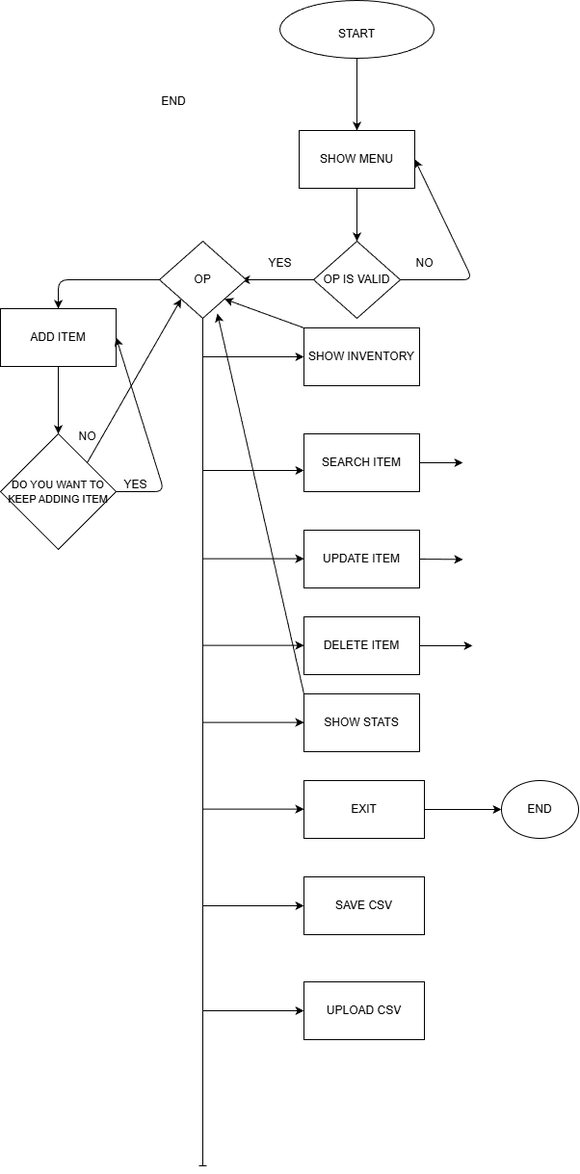
lLuyss123/User_Storys keeps this draw.io diagram as Diagrama.drawio.png. Above is the earlier version. Source tidied: cells renumbered, new cells last; positions are measured from the earlier drawing's top-left corner, leaving out a move shared by most shapes.
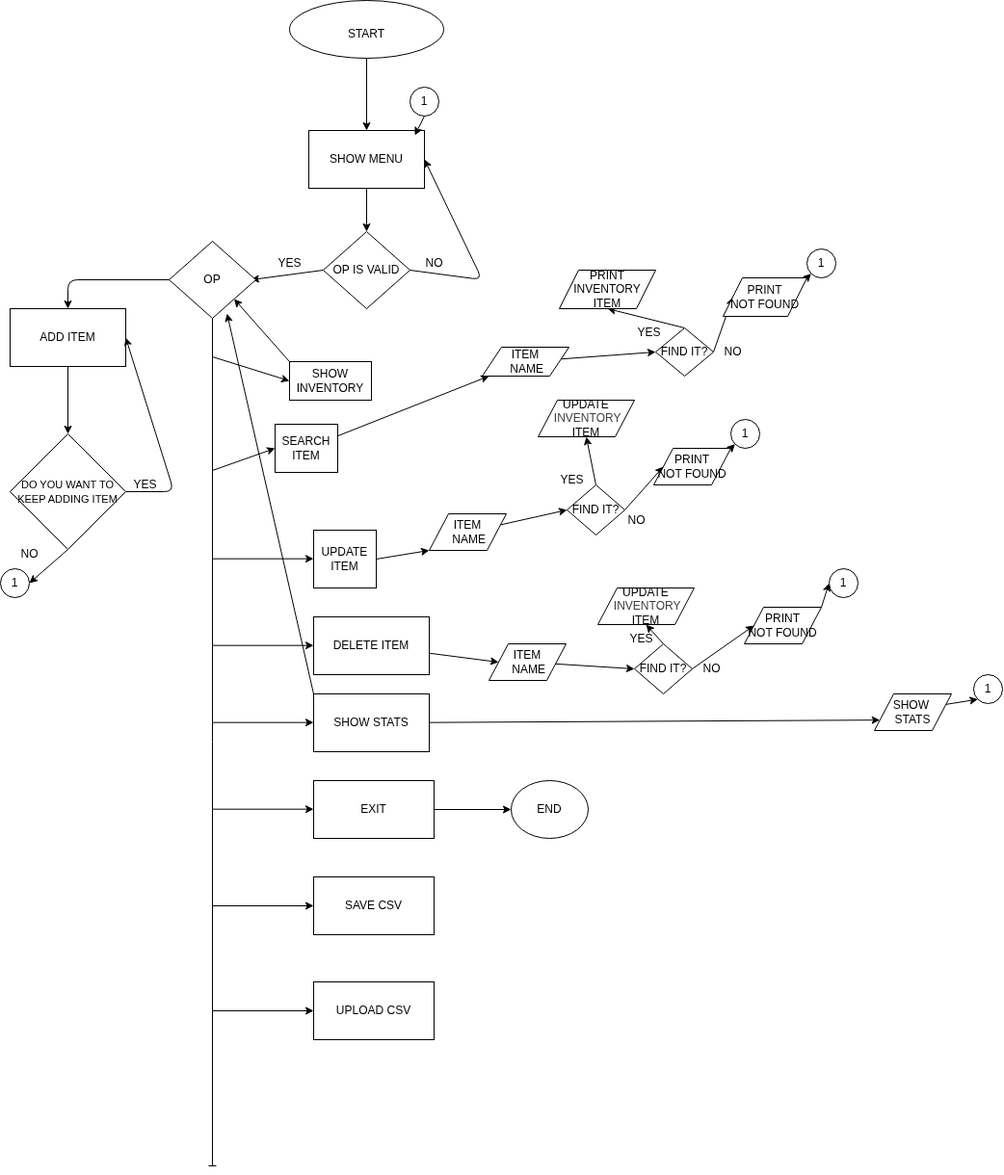
The same diagram one commit later.

Commit message:
cambios en diagrama

Change to the diagram source:
```diff
@@ -14,9 +14,6 @@
     <mxCell id="5" value="START" style="text;html=1;whiteSpace=wrap;strokeColor=none;fillColor=none;align=center;verticalAlign=middle;rounded=0;" parent="1" vertex="1">
       <mxGeometry x="340" y="20" width="60" height="30" as="geometry" />
     </mxCell>
-    <mxCell id="6" value="END" style="text;html=1;whiteSpace=wrap;strokeColor=none;fillColor=none;align=center;verticalAlign=middle;rounded=0;" parent="1" vertex="1">
-      <mxGeometry x="150" y="90" width="60" height="30" as="geometry" />
-    </mxCell>
     <mxCell id="7" style="edgeStyle=orthogonalEdgeStyle;rounded=0;jettySize=auto;html=1;entryX=0.5;entryY=0;entryDx=0;entryDy=0;" parent="1" edge="1" source="8" target="11">
       <mxGeometry relative="1" as="geometry" />
     </mxCell>
@@ -36,7 +33,7 @@
       </mxGeometry>
     </mxCell>
     <mxCell id="11" value="OP IS VALID" style="rhombus;whiteSpace=wrap;html=1;" parent="1" vertex="1">
-      <mxGeometry x="325" y="250" width="90" height="80" as="geometry" />
+      <mxGeometry x="325" y="240" width="90" height="80" as="geometry" />
     </mxCell>
     <mxCell id="12" value="NO" style="text;html=1;align=center;verticalAlign=middle;strokeColor=none;fillColor=none;" parent="1" vertex="1">
       <mxGeometry x="420" y="258" width="40" height="30" as="geometry" />
@@ -55,33 +52,27 @@
     <mxCell id="16" style="edgeStyle=none;html=1;exitX=0;exitY=0;exitDx=0;exitDy=0;entryX=1;entryY=1;entryDx=0;entryDy=0;" parent="1" edge="1" source="17" target="15">
       <mxGeometry relative="1" as="geometry" />
     </mxCell>
-    <mxCell id="17" value="SHOW INVENTORY" style="rounded=0;whiteSpace=wrap;html=1;" parent="1" vertex="1">
-      <mxGeometry x="315" y="340" width="120" height="60" as="geometry" />
-    </mxCell>
-    <mxCell id="18" style="edgeStyle=none;html=1;" parent="1" edge="1" source="19">
-      <mxGeometry relative="1" as="geometry">
-        <mxPoint x="480" y="480" as="targetPoint" />
-      </mxGeometry>
+    <mxCell id="18" style="edgeStyle=none;html=1;" parent="1" edge="1" source="19" target="49">
+      <mxGeometry relative="1" as="geometry" />
     </mxCell>
     <mxCell id="19" value="SEARCH ITEM" style="rounded=0;whiteSpace=wrap;html=1;" parent="1" vertex="1">
-      <mxGeometry x="315" y="450" width="120" height="60" as="geometry" />
+      <mxGeometry x="275" y="440" width="65" height="50" as="geometry" />
     </mxCell>
-    <mxCell id="20" style="edgeStyle=none;html=1;exitX=1;exitY=0.5;exitDx=0;exitDy=0;" parent="1" edge="1" source="21">
-      <mxGeometry relative="1" as="geometry">
-        <mxPoint x="480" y="580.4" as="targetPoint" />
-      </mxGeometry>
+    <mxCell id="20" style="edgeStyle=none;html=1;exitX=1;exitY=0.5;exitDx=0;exitDy=0;entryX=0;entryY=1;entryDx=0;entryDy=0;" parent="1" edge="1" source="21" target="59">
+      <mxGeometry relative="1" as="geometry" />
     </mxCell>
     <mxCell id="21" value="UPDATE ITEM" style="rounded=0;whiteSpace=wrap;html=1;" parent="1" vertex="1">
-      <mxGeometry x="315" y="550" width="120" height="60" as="geometry" />
+      <mxGeometry x="315" y="550" width="65" height="60" as="geometry" />
     </mxCell>
-    <mxCell id="22" style="edgeStyle=none;html=1;" parent="1" edge="1" source="23">
-      <mxGeometry relative="1" as="geometry">
-        <mxPoint x="490" y="670" as="targetPoint" />
-      </mxGeometry>
+    <mxCell id="22" style="edgeStyle=none;html=1;entryX=0;entryY=0.5;entryDx=0;entryDy=0;" parent="1" edge="1" source="23" target="69">
+      <mxGeometry relative="1" as="geometry" />
     </mxCell>
     <mxCell id="23" value="DELETE ITEM&lt;span style=&quot;font-family: monospace; font-size: 0px; text-align: start; text-wrap-mode: nowrap;&quot;&gt;%3CmxGraphModel%3E%3Croot%3E%3CmxCell%20id%3D%220%22%2F%3E%3CmxCell%20id%3D%221%22%20parent%3D%220%22%2F%3E%3CmxCell%20id%3D%222%22%20value%3D%22%22%20style%3D%22endArrow%3Dnone%3Bhtml%3D1%3BentryX%3D0%3BentryY%3D0.5%3BentryDx%3D0%3BentryDy%3D0%3B%22%20edge%3D%221%22%20target%3D%223%22%20parent%3D%221%22%3E%3CmxGeometry%20width%3D%2250%22%20height%3D%2250%22%20relative%3D%221%22%20as%3D%22geometry%22%3E%3CmxPoint%20x%3D%22230%22%20y%3D%22730%22%20as%3D%22sourcePoint%22%2F%3E%3CmxPoint%20x%3D%22340%22%20y%3D%22780%22%20as%3D%22targetPoint%22%2F%3E%3C%2FmxGeometry%3E%3C%2FmxCell%3E%3CmxCell%20id%3D%223%22%20value%3D%22UPDATE%20ITEM%22%20style%3D%22rounded%3D0%3BwhiteSpace%3Dwrap%3Bhtml%3D1%3B%22%20vertex%3D%221%22%20parent%3D%221%22%3E%3CmxGeometry%20x%3D%22345%22%20y%3D%22700%22%20width%3D%22120%22%20height%3D%2260%22%20as%3D%22geometry%22%2F%3E%3C%2FmxCell%3E%3C%2Froot%3E%3C%2FmxGraphModel%3E&lt;/span&gt;" style="rounded=0;whiteSpace=wrap;html=1;" parent="1" vertex="1">
       <mxGeometry x="315" y="640" width="120" height="60" as="geometry" />
     </mxCell>
+    <mxCell id="46" style="edgeStyle=none;html=1;entryX=0;entryY=0.75;entryDx=0;entryDy=0;" parent="1" edge="1" source="24" target="79">
+      <mxGeometry relative="1" as="geometry" />
+    </mxCell>
     <mxCell id="24" value="SHOW STATS" style="rounded=0;whiteSpace=wrap;html=1;" parent="1" vertex="1">
       <mxGeometry x="315" y="720" width="120" height="60" as="geometry" />
     </mxCell>
@@ -111,9 +102,9 @@
         </Array>
       </mxGeometry>
     </mxCell>
-    <mxCell id="31" style="edgeStyle=none;html=1;exitX=1;exitY=0;exitDx=0;exitDy=0;entryX=0;entryY=1;entryDx=0;entryDy=0;" parent="1" edge="1" source="32" target="15">
-      <mxGeometry relative="1" as="geometry" />
-    </mxCell>
+    <mxCell id="47" style="edgeStyle=none;html=1;exitX=0.5;exitY=1;exitDx=0;exitDy=0;entryX=1;entryY=0.5;entryDx=0;entryDy=0;" parent="1" edge="1" source="32" target="86">
+      <mxGeometry relative="1" as="geometry" />
+    </mxCell>
     <mxCell id="32" value="&lt;font style=&quot;font-size: 11px;&quot;&gt;DO YOU WANT TO KEEP ADDING ITEM&lt;/font&gt;" style="rhombus;whiteSpace=wrap;html=1;" parent="1" vertex="1">
       <mxGeometry y="450" width="120" height="120" as="geometry" />
     </mxCell>
@@ -121,17 +112,16 @@
       <mxGeometry x="115" y="488" width="50" height="30" as="geometry" />
     </mxCell>
     <mxCell id="34" value="NO" style="text;html=1;align=center;verticalAlign=middle;strokeColor=none;fillColor=none;" parent="1" vertex="1">
-      <mxGeometry x="70" y="438" width="40" height="30" as="geometry" />
+      <mxGeometry y="560" width="40" height="30" as="geometry" />
     </mxCell>
     <mxCell id="35" style="endArrow=classic;html=1;entryX=0;entryY=0.5;entryDx=0;entryDy=0;" parent="1" edge="1" target="17">
       <mxGeometry relative="1" as="geometry">
         <mxPoint x="210" y="370" as="sourcePoint" />
       </mxGeometry>
     </mxCell>
-    <mxCell id="36" style="endArrow=classic;html=1;entryX=0;entryY=0.5;entryDx=0;entryDy=0;" parent="1" edge="1">
+    <mxCell id="36" style="endArrow=classic;html=1;entryX=0;entryY=0.5;entryDx=0;entryDy=0;" parent="1" edge="1" target="19">
       <mxGeometry relative="1" as="geometry">
         <mxPoint x="210" y="488" as="sourcePoint" />
-        <mxPoint x="315" y="488" as="targetPoint" />
       </mxGeometry>
     </mxCell>
     <mxCell id="37" style="endArrow=classic;html=1;entryX=0;entryY=0.5;entryDx=0;entryDy=0;" parent="1" edge="1">
@@ -177,5 +167,125 @@
     <mxCell id="45" value="UPLOAD CSV" style="rounded=0;whiteSpace=wrap;html=1;" parent="1" vertex="1">
       <mxGeometry x="315" y="1019" width="125" height="60" as="geometry" />
     </mxCell>
+    <mxCell id="48" style="edgeStyle=none;html=1;entryX=0;entryY=0.5;entryDx=0;entryDy=0;" parent="1" edge="1" source="49" target="52">
+      <mxGeometry relative="1" as="geometry" />
+    </mxCell>
+    <mxCell id="49" value="ITEM&lt;div&gt;&amp;nbsp;NAME&lt;/div&gt;" style="shape=parallelogram;perimeter=parallelogramPerimeter;whiteSpace=wrap;html=1;fixedSize=1;" parent="1" vertex="1">
+      <mxGeometry x="490" y="360" width="90" height="30" as="geometry" />
+    </mxCell>
+    <mxCell id="50" style="edgeStyle=none;html=1;exitX=0.5;exitY=0;exitDx=0;exitDy=0;entryX=0.5;entryY=1;entryDx=0;entryDy=0;" parent="1" edge="1" source="52" target="54">
+      <mxGeometry relative="1" as="geometry" />
+    </mxCell>
+    <mxCell id="51" style="edgeStyle=none;html=1;exitX=1;exitY=0.5;exitDx=0;exitDy=0;entryX=0;entryY=0.5;entryDx=0;entryDy=0;" parent="1" edge="1" source="52" target="57">
+      <mxGeometry relative="1" as="geometry" />
+    </mxCell>
+    <mxCell id="52" value="FIND IT?" style="rhombus;whiteSpace=wrap;html=1;" parent="1" vertex="1">
+      <mxGeometry x="670" y="340" width="60" height="50" as="geometry" />
+    </mxCell>
+    <mxCell id="53" value="YES" style="text;html=1;align=center;verticalAlign=middle;strokeColor=none;fillColor=none;" parent="1" vertex="1">
+      <mxGeometry x="638" y="330" width="50" height="30" as="geometry" />
+    </mxCell>
+    <mxCell id="54" value="PRINT INVENTORY&lt;div&gt;ITEM&lt;/div&gt;" style="shape=parallelogram;perimeter=parallelogramPerimeter;whiteSpace=wrap;html=1;fixedSize=1;" parent="1" vertex="1">
+      <mxGeometry x="570" y="280" width="100" height="40" as="geometry" />
+    </mxCell>
+    <mxCell id="55" value="NO" style="text;html=1;align=center;verticalAlign=middle;strokeColor=none;fillColor=none;" parent="1" vertex="1">
+      <mxGeometry x="730" y="350" width="40" height="30" as="geometry" />
+    </mxCell>
+    <mxCell id="56" style="edgeStyle=none;html=1;exitX=1;exitY=0;exitDx=0;exitDy=0;entryX=0;entryY=1;entryDx=0;entryDy=0;" parent="1" edge="1" source="57" target="82">
+      <mxGeometry relative="1" as="geometry" />
+    </mxCell>
+    <mxCell id="57" value="&lt;div&gt;PRINT&lt;/div&gt;NOT FOUND" style="shape=parallelogram;perimeter=parallelogramPerimeter;whiteSpace=wrap;html=1;fixedSize=1;" parent="1" vertex="1">
+      <mxGeometry x="740" y="288" width="87" height="40" as="geometry" />
+    </mxCell>
+    <mxCell id="58" style="edgeStyle=none;html=1;entryX=0;entryY=0.5;entryDx=0;entryDy=0;" parent="1" edge="1" source="59" target="62">
+      <mxGeometry relative="1" as="geometry" />
+    </mxCell>
+    <mxCell id="59" value="ITEM&lt;div&gt;&amp;nbsp;NAME&lt;/div&gt;" style="shape=parallelogram;perimeter=parallelogramPerimeter;whiteSpace=wrap;html=1;fixedSize=1;" parent="1" vertex="1">
+      <mxGeometry x="435" y="533" width="80" height="38" as="geometry" />
+    </mxCell>
+    <mxCell id="60" style="edgeStyle=none;html=1;exitX=0.5;exitY=0;exitDx=0;exitDy=0;entryX=0.5;entryY=1;entryDx=0;entryDy=0;" parent="1" edge="1" source="62" target="64">
+      <mxGeometry relative="1" as="geometry" />
+    </mxCell>
+    <mxCell id="61" style="edgeStyle=none;html=1;exitX=1;exitY=0.5;exitDx=0;exitDy=0;entryX=0;entryY=0.5;entryDx=0;entryDy=0;" parent="1" edge="1" source="62" target="67">
+      <mxGeometry relative="1" as="geometry" />
+    </mxCell>
+    <mxCell id="62" value="FIND IT?" style="rhombus;whiteSpace=wrap;html=1;" parent="1" vertex="1">
+      <mxGeometry x="578" y="503" width="60" height="52" as="geometry" />
+    </mxCell>
+    <mxCell id="63" value="YES" style="text;html=1;align=center;verticalAlign=middle;strokeColor=none;fillColor=none;" parent="1" vertex="1">
+      <mxGeometry x="558" y="483" width="50" height="30" as="geometry" />
+    </mxCell>
+    <mxCell id="64" value="UPDATE&lt;div&gt;&lt;span style=&quot;color: rgb(63, 63, 63); background-color: transparent;&quot;&gt;&amp;nbsp;INVENTORY&lt;/span&gt;&lt;div&gt;&lt;div&gt;ITEM&lt;/div&gt;&lt;/div&gt;&lt;/div&gt;" style="shape=parallelogram;perimeter=parallelogramPerimeter;whiteSpace=wrap;html=1;fixedSize=1;" parent="1" vertex="1">
+      <mxGeometry x="548" y="415" width="100" height="38" as="geometry" />
+    </mxCell>
+    <mxCell id="65" value="NO" style="text;html=1;align=center;verticalAlign=middle;strokeColor=none;fillColor=none;" parent="1" vertex="1">
+      <mxGeometry x="630" y="525" width="40" height="30" as="geometry" />
+    </mxCell>
+    <mxCell id="66" style="edgeStyle=none;html=1;exitX=1;exitY=0;exitDx=0;exitDy=0;entryX=0;entryY=1;entryDx=0;entryDy=0;" parent="1" edge="1" source="67" target="83">
+      <mxGeometry relative="1" as="geometry" />
+    </mxCell>
+    <mxCell id="67" value="&lt;div&gt;PRINT&lt;/div&gt;NOT FOUND" style="shape=parallelogram;perimeter=parallelogramPerimeter;whiteSpace=wrap;html=1;fixedSize=1;" parent="1" vertex="1">
+      <mxGeometry x="668" y="465" width="80" height="38" as="geometry" />
+    </mxCell>
+    <mxCell id="17" value="SHOW INVENTORY" style="rounded=0;whiteSpace=wrap;html=1;" parent="1" vertex="1">
+      <mxGeometry x="290" y="375" width="85" height="40" as="geometry" />
+    </mxCell>
+    <mxCell id="68" style="edgeStyle=none;html=1;entryX=0;entryY=0.5;entryDx=0;entryDy=0;" parent="1" edge="1" source="69" target="72">
+      <mxGeometry relative="1" as="geometry" />
+    </mxCell>
+    <mxCell id="69" value="ITEM&lt;div&gt;&amp;nbsp;NAME&lt;/div&gt;" style="shape=parallelogram;perimeter=parallelogramPerimeter;whiteSpace=wrap;html=1;fixedSize=1;" parent="1" vertex="1">
+      <mxGeometry x="497" y="668" width="80" height="38" as="geometry" />
+    </mxCell>
+    <mxCell id="70" style="edgeStyle=none;html=1;exitX=0.5;exitY=0;exitDx=0;exitDy=0;entryX=0.5;entryY=1;entryDx=0;entryDy=0;" parent="1" edge="1" source="72" target="74">
+      <mxGeometry relative="1" as="geometry" />
+    </mxCell>
+    <mxCell id="71" style="edgeStyle=none;html=1;exitX=1;exitY=0.5;exitDx=0;exitDy=0;entryX=0;entryY=0.5;entryDx=0;entryDy=0;" parent="1" edge="1" source="72" target="77">
+      <mxGeometry relative="1" as="geometry" />
+    </mxCell>
+    <mxCell id="72" value="FIND IT?" style="rhombus;whiteSpace=wrap;html=1;" parent="1" vertex="1">
+      <mxGeometry x="648" y="668" width="60" height="52" as="geometry" />
+    </mxCell>
+    <mxCell id="73" value="YES" style="text;html=1;align=center;verticalAlign=middle;strokeColor=none;fillColor=none;" parent="1" vertex="1">
+      <mxGeometry x="630" y="648" width="50" height="30" as="geometry" />
+    </mxCell>
+    <mxCell id="74" value="UPDATE&lt;div&gt;&lt;span style=&quot;color: rgb(63, 63, 63); background-color: transparent;&quot;&gt;&amp;nbsp;INVENTORY&lt;/span&gt;&lt;div&gt;&lt;div&gt;ITEM&lt;/div&gt;&lt;/div&gt;&lt;/div&gt;" style="shape=parallelogram;perimeter=parallelogramPerimeter;whiteSpace=wrap;html=1;fixedSize=1;" parent="1" vertex="1">
+      <mxGeometry x="610" y="610" width="100" height="38" as="geometry" />
+    </mxCell>
+    <mxCell id="75" value="NO" style="text;html=1;align=center;verticalAlign=middle;strokeColor=none;fillColor=none;" parent="1" vertex="1">
+      <mxGeometry x="708" y="679" width="40" height="30" as="geometry" />
+    </mxCell>
+    <mxCell id="76" style="edgeStyle=none;html=1;exitX=1;exitY=0;exitDx=0;exitDy=0;entryX=0;entryY=0.5;entryDx=0;entryDy=0;" parent="1" edge="1" source="77" target="84">
+      <mxGeometry relative="1" as="geometry" />
+    </mxCell>
+    <mxCell id="77" value="&lt;div&gt;PRINT&lt;/div&gt;NOT FOUND" style="shape=parallelogram;perimeter=parallelogramPerimeter;whiteSpace=wrap;html=1;fixedSize=1;" parent="1" vertex="1">
+      <mxGeometry x="762" y="630" width="80" height="38" as="geometry" />
+    </mxCell>
+    <mxCell id="78" style="edgeStyle=none;html=1;exitX=1;exitY=0.25;exitDx=0;exitDy=0;entryX=0;entryY=1;entryDx=0;entryDy=0;" parent="1" edge="1" source="79" target="85">
+      <mxGeometry relative="1" as="geometry" />
+    </mxCell>
+    <mxCell id="79" value="SHOW&amp;nbsp;&lt;div&gt;STATS&lt;/div&gt;" style="shape=parallelogram;perimeter=parallelogramPerimeter;whiteSpace=wrap;html=1;fixedSize=1;" parent="1" vertex="1">
+      <mxGeometry x="897" y="720" width="80" height="38" as="geometry" />
+    </mxCell>
+    <mxCell id="80" value="1" style="ellipse;whiteSpace=wrap;html=1;" parent="1" vertex="1">
+      <mxGeometry x="415" y="90" width="30" height="30" as="geometry" />
+    </mxCell>
+    <mxCell id="81" style="edgeStyle=none;html=1;exitX=0.5;exitY=1;exitDx=0;exitDy=0;entryX=0.917;entryY=0.083;entryDx=0;entryDy=0;entryPerimeter=0;" parent="1" edge="1" source="80" target="8">
+      <mxGeometry relative="1" as="geometry" />
+    </mxCell>
+    <mxCell id="82" value="1" style="ellipse;whiteSpace=wrap;html=1;" parent="1" vertex="1">
+      <mxGeometry x="827" y="258" width="30" height="30" as="geometry" />
+    </mxCell>
+    <mxCell id="83" value="1" style="ellipse;whiteSpace=wrap;html=1;" parent="1" vertex="1">
+      <mxGeometry x="748" y="435" width="30" height="30" as="geometry" />
+    </mxCell>
+    <mxCell id="84" value="1" style="ellipse;whiteSpace=wrap;html=1;" parent="1" vertex="1">
+      <mxGeometry x="850" y="590" width="30" height="30" as="geometry" />
+    </mxCell>
+    <mxCell id="85" value="1" style="ellipse;whiteSpace=wrap;html=1;" parent="1" vertex="1">
+      <mxGeometry x="1000" y="700" width="30" height="30" as="geometry" />
+    </mxCell>
+    <mxCell id="86" value="1" style="ellipse;whiteSpace=wrap;html=1;" parent="1" vertex="1">
+      <mxGeometry x="-10" y="590" width="30" height="30" as="geometry" />
+    </mxCell>
   </root>
 </mxGraphModel>
```
